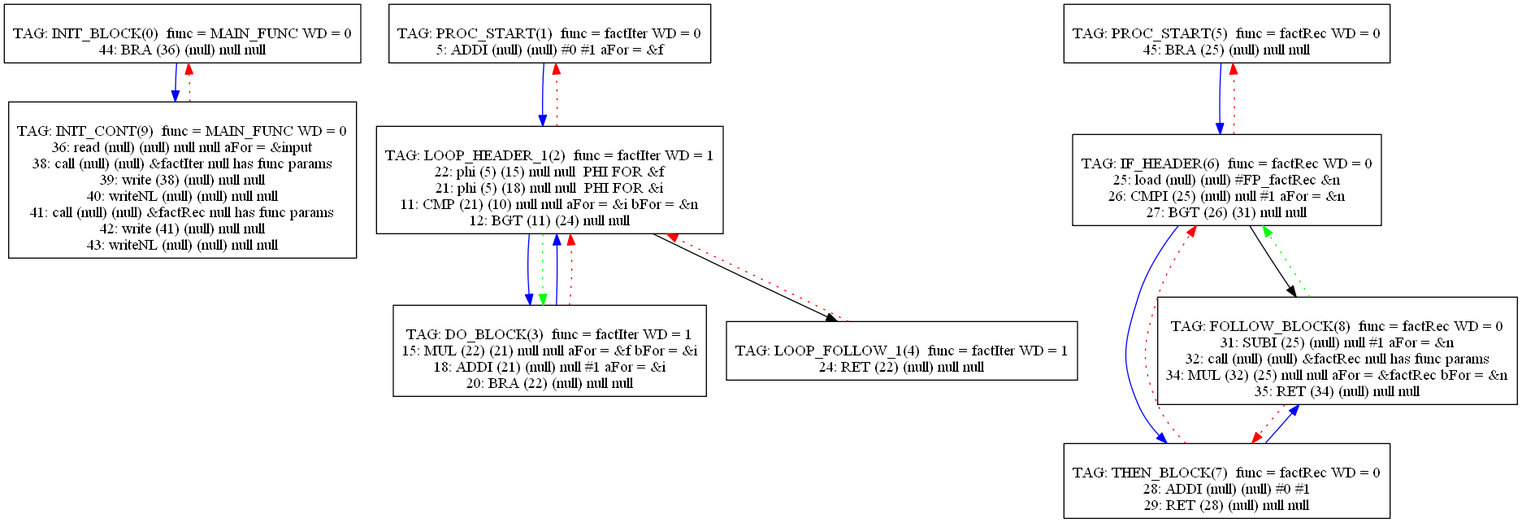
Before: Compiler/34graph.png, a diagram exported from Graphviz (mbajaj92/Project-Astoria). Its source is kept beside it as Compiler/34graph.dot.
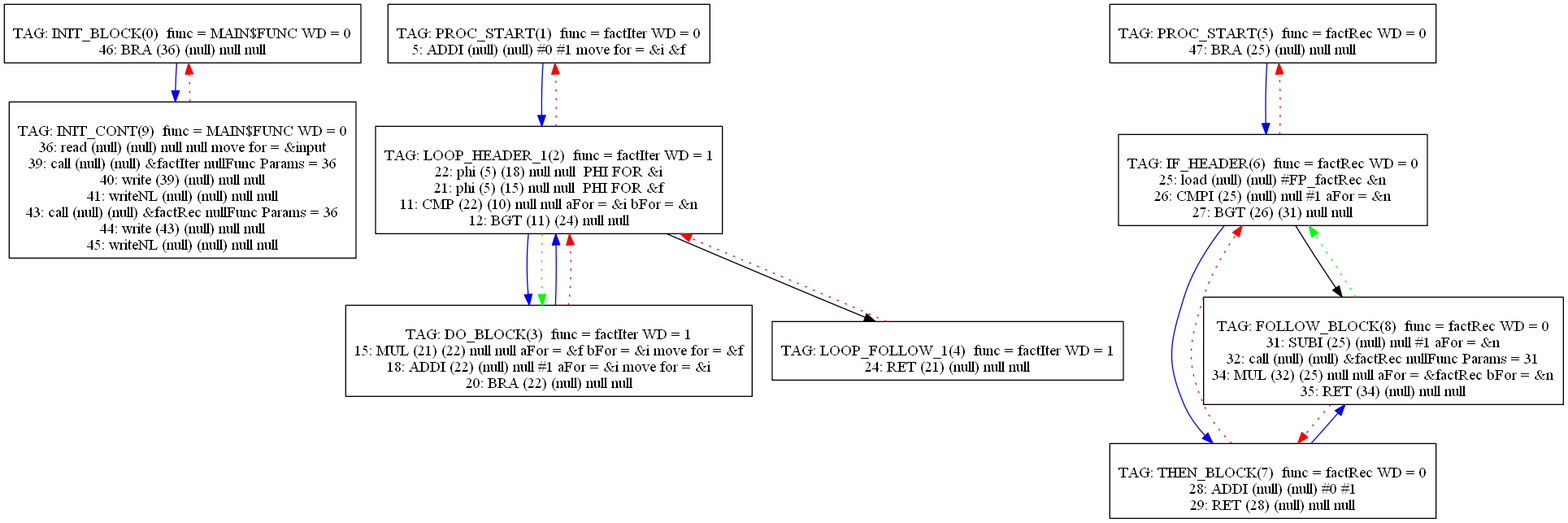
Later version of the same file.

The edit, as a diff of the source:
```diff
@@ -1,21 +1,21 @@
 digraph {
 0[label="
-TAG: INIT_BLOCK(0)  func = MAIN_FUNC WD = 0
-44: BRA (36) (null) null null
+TAG: INIT_BLOCK(0)  func = MAIN$FUNC WD = 0
+46: BRA (36) (null) null null
 "];
 0[shape=box];
 0 -> 9[color=blue]
 1[label="
 TAG: PROC_START(1)  func = factIter WD = 0
-5: ADDI (null) (null) #0 #1 aFor = &f
+5: ADDI (null) (null) #0 #1 move for = &i &f
 "];
 1[shape=box];
 1 -> 2[color=blue]
 2[label="
 TAG: LOOP_HEADER_1(2)  func = factIter WD = 1
-22: phi (5) (15) null null  PHI FOR &f
-21: phi (5) (18) null null  PHI FOR &i
-11: CMP (21) (10) null null aFor = &i bFor = &n
+22: phi (5) (18) null null  PHI FOR &i
+21: phi (5) (15) null null  PHI FOR &f
+11: CMP (22) (10) null null aFor = &i bFor = &n
 12: BGT (11) (24) null null
 "];
 2[shape=box];
@@ -25,8 +25,8 @@
 2 -> 3[color=green][style=dotted]
 3[label="
 TAG: DO_BLOCK(3)  func = factIter WD = 1
-15: MUL (22) (21) null null aFor = &f bFor = &i
-18: ADDI (21) (null) null #1 aFor = &i
+15: MUL (21) (22) null null aFor = &f bFor = &i move for = &f
+18: ADDI (22) (null) null #1 aFor = &i move for = &i
 20: BRA (22) (null) null null
 "];
 3[shape=box];
@@ -34,13 +34,13 @@
 3 -> 2[color=red][style=dotted]
 4[label="
 TAG: LOOP_FOLLOW_1(4)  func = factIter WD = 1
-24: RET (22) (null) null null
+24: RET (21) (null) null null
 "];
 4[shape=box];
 4 -> 2[color=red][style=dotted]
 5[label="
 TAG: PROC_START(5)  func = factRec WD = 0
-45: BRA (25) (null) null null
+47: BRA (25) (null) null null
 "];
 5[shape=box];
 5 -> 6[color=blue]
@@ -65,7 +65,7 @@
 8[label="
 TAG: FOLLOW_BLOCK(8)  func = factRec WD = 0
 31: SUBI (25) (null) null #1 aFor = &n
-32: call (null) (null) &factRec null has func params
+32: call (null) (null) &factRec nullFunc Params = 31
 34: MUL (32) (25) null null aFor = &factRec bFor = &n
 35: RET (34) (null) null null
 "];
@@ -73,14 +73,14 @@
 8 -> 7[color=red][style=dotted]
 8 -> 6[color=green][style=dotted]
 9[label="
-TAG: INIT_CONT(9)  func = MAIN_FUNC WD = 0
-36: read (null) (null) null null aFor = &input
-38: call (null) (null) &factIter null has func params
-39: write (38) (null) null null
-40: writeNL (null) (null) null null
-41: call (null) (null) &factRec null has func params
-42: write (41) (null) null null
-43: writeNL (null) (null) null null
+TAG: INIT_CONT(9)  func = MAIN$FUNC WD = 0
+36: read (null) (null) null null move for = &input
+39: call (null) (null) &factIter nullFunc Params = 36
+40: write (39) (null) null null
+41: writeNL (null) (null) null null
+43: call (null) (null) &factRec nullFunc Params = 36
+44: write (43) (null) null null
+45: writeNL (null) (null) null null
 "];
 9[shape=box];
 9 -> 0[color=red][style=dotted]
```
